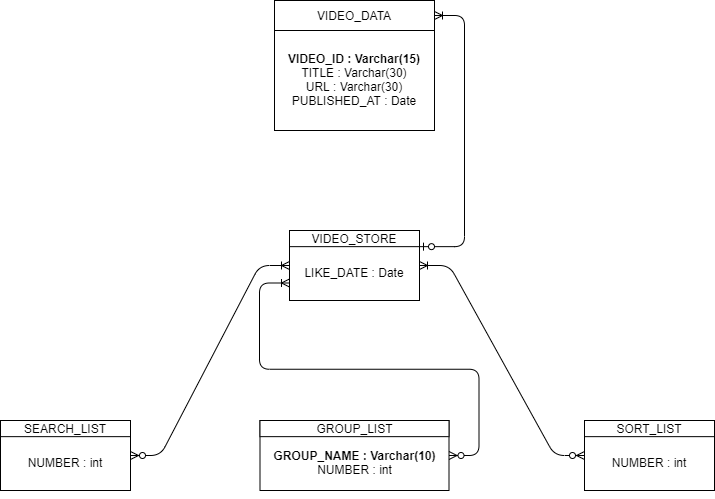
The draw.io diagram ER.png in korkeep/MyTube, before a commit. Source tidied: cells renumbered, new cells last; positions are measured from the earlier drawing's top-left corner, leaving out a move shared by most shapes.
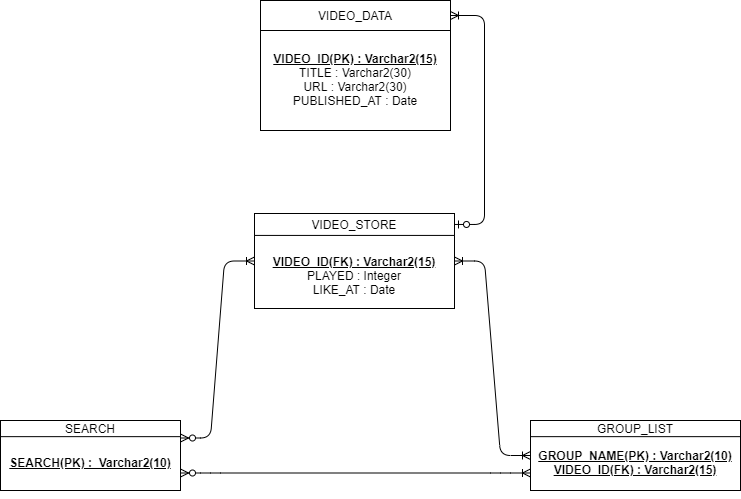
After the change.

Diff of the diagram source:
```diff
@@ -3,90 +3,75 @@
     <mxCell id="0" />
     <mxCell id="1" parent="0" />
     <mxCell id="2" style="group;" parent="1" vertex="1">
-      <mxGeometry x="274" width="160" height="130" as="geometry" />
+      <mxGeometry x="263" width="190" height="130" as="geometry" />
     </mxCell>
-    <mxCell id="3" value="&lt;br&gt;&lt;br&gt;&lt;b&gt;VIDEO_ID : Varchar(15)&lt;/b&gt;&lt;br&gt;TITLE : Varchar(30)&lt;br&gt;URL : Varchar(30)&lt;br&gt;PUBLISHED_AT : Date" style="rounded=0;whiteSpace=wrap;html=1;" parent="2" vertex="1">
-      <mxGeometry width="160" height="130" as="geometry" />
+    <mxCell id="3" value="&lt;br&gt;&lt;br&gt;&lt;u&gt;&lt;b&gt;VIDEO_ID(PK) : Varchar2(15)&lt;/b&gt;&lt;br&gt;&lt;/u&gt;TITLE : Varchar2(30)&lt;br&gt;URL : Varchar2(30)&lt;br&gt;PUBLISHED_AT : Date" style="rounded=0;whiteSpace=wrap;html=1;" parent="2" vertex="1">
+      <mxGeometry width="190" height="130" as="geometry" />
     </mxCell>
     <mxCell id="4" style="edgeStyle=orthogonalEdgeStyle;rounded=0;orthogonalLoop=1;jettySize=auto;html=1;exitX=0.5;exitY=1;exitDx=0;exitDy=0;" parent="2" edge="1" source="3" target="3">
       <mxGeometry relative="1" as="geometry" />
     </mxCell>
     <mxCell id="5" value="VIDEO_DATA" style="rounded=0;whiteSpace=wrap;html=1;" parent="2" vertex="1">
-      <mxGeometry width="160" height="30" as="geometry" />
+      <mxGeometry width="190" height="30" as="geometry" />
     </mxCell>
     <mxCell id="6" style="edgeStyle=orthogonalEdgeStyle;rounded=0;orthogonalLoop=1;jettySize=auto;html=1;exitX=0.5;exitY=1;exitDx=0;exitDy=0;" parent="2" edge="1" source="3" target="3">
       <mxGeometry relative="1" as="geometry" />
     </mxCell>
     <mxCell id="7" style="group;" parent="1" vertex="1">
-      <mxGeometry x="289" y="230" width="130" height="70" as="geometry" />
+      <mxGeometry x="257" y="213" width="200" height="95" as="geometry" />
     </mxCell>
-    <mxCell id="8" value="&lt;br&gt;LIKE_DATE : Date" style="rounded=0;whiteSpace=wrap;html=1;" parent="7" vertex="1">
-      <mxGeometry width="130" height="70" as="geometry" />
+    <mxCell id="8" value="&lt;br&gt;&lt;br&gt;&lt;b&gt;&lt;u&gt;VIDEO_ID(FK) : Varchar2(15)&lt;/u&gt;&lt;/b&gt;&lt;br&gt;PLAYED : Integer&lt;br&gt;LIKE_AT : Date" style="rounded=0;whiteSpace=wrap;html=1;" parent="7" vertex="1">
+      <mxGeometry width="200" height="95" as="geometry" />
     </mxCell>
     <mxCell id="9" style="edgeStyle=orthogonalEdgeStyle;rounded=0;orthogonalLoop=1;jettySize=auto;html=1;exitX=0.5;exitY=1;exitDx=0;exitDy=0;" parent="7" edge="1" source="8" target="8">
       <mxGeometry relative="1" as="geometry" />
     </mxCell>
+    <mxCell id="11" style="edgeStyle=orthogonalEdgeStyle;rounded=0;orthogonalLoop=1;jettySize=auto;html=1;exitX=0.5;exitY=1;exitDx=0;exitDy=0;" parent="7" edge="1" source="8" target="8">
+      <mxGeometry relative="1" as="geometry" />
+    </mxCell>
     <mxCell id="10" value="VIDEO_STORE" style="rounded=0;whiteSpace=wrap;html=1;" parent="7" vertex="1">
-      <mxGeometry width="130" height="16.2" as="geometry" />
+      <mxGeometry width="200" height="21.9" as="geometry" />
     </mxCell>
-    <mxCell id="11" style="edgeStyle=orthogonalEdgeStyle;rounded=0;orthogonalLoop=1;jettySize=auto;html=1;exitX=0.5;exitY=1;exitDx=0;exitDy=0;" parent="7" edge="1" source="8" target="8">
-      <mxGeometry relative="1" as="geometry" />
-    </mxCell>
     <mxCell id="12" style="group;" parent="1" vertex="1">
-      <mxGeometry x="259.5" y="420" width="189" height="70" as="geometry" />
+      <mxGeometry x="533" y="420" width="210" height="70" as="geometry" />
     </mxCell>
-    <mxCell id="13" value="&lt;br&gt;&lt;b&gt;GROUP_NAME : Varchar(10)&lt;/b&gt;&lt;br&gt;NUMBER : int" style="rounded=0;whiteSpace=wrap;html=1;" parent="12" vertex="1">
-      <mxGeometry width="189" height="70" as="geometry" />
+    <mxCell id="13" value="&lt;br&gt;&lt;u&gt;&lt;b&gt;GROUP_NAME(PK) : Varchar2(10)&lt;br&gt;&lt;/b&gt;&lt;/u&gt;&lt;u style=&quot;font-weight: bold&quot;&gt;VIDEO_ID(FK) : Varchar2(15)&lt;/u&gt;" style="rounded=0;whiteSpace=wrap;html=1;" parent="12" vertex="1">
+      <mxGeometry width="210" height="70" as="geometry" />
     </mxCell>
     <mxCell id="14" style="edgeStyle=orthogonalEdgeStyle;rounded=0;orthogonalLoop=1;jettySize=auto;html=1;exitX=0.5;exitY=1;exitDx=0;exitDy=0;" parent="12" edge="1" source="13" target="13">
       <mxGeometry relative="1" as="geometry" />
     </mxCell>
     <mxCell id="15" value="GROUP_LIST" style="rounded=0;whiteSpace=wrap;html=1;" parent="12" vertex="1">
-      <mxGeometry width="189" height="16.1" as="geometry" />
+      <mxGeometry width="210" height="16.1" as="geometry" />
     </mxCell>
     <mxCell id="16" style="edgeStyle=orthogonalEdgeStyle;rounded=0;orthogonalLoop=1;jettySize=auto;html=1;exitX=0.5;exitY=1;exitDx=0;exitDy=0;" parent="12" edge="1" source="13" target="13">
       <mxGeometry relative="1" as="geometry" />
     </mxCell>
-    <mxCell id="17" style="group;" parent="1" vertex="1">
-      <mxGeometry x="584" y="420" width="130" height="70" as="geometry" />
-    </mxCell>
-    <mxCell id="18" value="&lt;br&gt;NUMBER : int" style="rounded=0;whiteSpace=wrap;html=1;" parent="17" vertex="1">
-      <mxGeometry width="130" height="70" as="geometry" />
-    </mxCell>
-    <mxCell id="19" style="edgeStyle=orthogonalEdgeStyle;rounded=0;orthogonalLoop=1;jettySize=auto;html=1;exitX=0.5;exitY=1;exitDx=0;exitDy=0;" parent="17" edge="1" source="18" target="18">
-      <mxGeometry relative="1" as="geometry" />
-    </mxCell>
-    <mxCell id="20" value="SORT_LIST" style="rounded=0;whiteSpace=wrap;html=1;" parent="17" vertex="1">
-      <mxGeometry width="130" height="16.2" as="geometry" />
-    </mxCell>
-    <mxCell id="21" style="edgeStyle=orthogonalEdgeStyle;rounded=0;orthogonalLoop=1;jettySize=auto;html=1;exitX=0.5;exitY=1;exitDx=0;exitDy=0;" parent="17" edge="1" source="18" target="18">
-      <mxGeometry relative="1" as="geometry" />
-    </mxCell>
     <mxCell id="22" style="group;" parent="1" vertex="1">
-      <mxGeometry y="420" width="130" height="70" as="geometry" />
+      <mxGeometry x="3" y="420" width="180" height="70" as="geometry" />
     </mxCell>
-    <mxCell id="23" value="&lt;br&gt;NUMBER : int" style="rounded=0;whiteSpace=wrap;html=1;" parent="22" vertex="1">
-      <mxGeometry width="130" height="70" as="geometry" />
+    <mxCell id="23" value="&lt;b&gt;&lt;br&gt;&lt;u&gt;SEARCH(PK) :&amp;nbsp; Varchar2(10)&lt;/u&gt;&lt;/b&gt;" style="rounded=0;whiteSpace=wrap;html=1;" parent="22" vertex="1">
+      <mxGeometry width="180" height="70" as="geometry" />
     </mxCell>
     <mxCell id="24" style="edgeStyle=orthogonalEdgeStyle;rounded=0;orthogonalLoop=1;jettySize=auto;html=1;exitX=0.5;exitY=1;exitDx=0;exitDy=0;" parent="22" edge="1" source="23" target="23">
       <mxGeometry relative="1" as="geometry" />
     </mxCell>
-    <mxCell id="25" value="SEARCH_LIST" style="rounded=0;whiteSpace=wrap;html=1;" parent="22" vertex="1">
-      <mxGeometry width="130" height="16.2" as="geometry" />
+    <mxCell id="25" value="SEARCH" style="rounded=0;whiteSpace=wrap;html=1;" parent="22" vertex="1">
+      <mxGeometry width="180" height="16.1" as="geometry" />
     </mxCell>
     <mxCell id="26" style="edgeStyle=orthogonalEdgeStyle;rounded=0;orthogonalLoop=1;jettySize=auto;html=1;exitX=0.5;exitY=1;exitDx=0;exitDy=0;" parent="22" edge="1" source="23" target="23">
       <mxGeometry relative="1" as="geometry" />
     </mxCell>
-    <mxCell id="27" style="edgeStyle=entityRelationEdgeStyle;fontSize=12;html=1;endArrow=ERoneToMany;startArrow=ERzeroToOne;exitX=1;exitY=1;exitDx=0;exitDy=0;" parent="1" edge="1" source="10" target="5">
+    <mxCell id="27" style="edgeStyle=entityRelationEdgeStyle;fontSize=12;html=1;endArrow=ERoneToMany;startArrow=ERzeroToOne;" parent="1" edge="1" source="10" target="5">
       <mxGeometry relative="1" as="geometry" />
     </mxCell>
-    <mxCell id="28" style="edgeStyle=entityRelationEdgeStyle;fontSize=12;html=1;endArrow=ERoneToMany;startArrow=ERzeroToMany;exitX=1;exitY=0.5;exitDx=0;exitDy=0;" parent="1" edge="1" source="23" target="8">
+    <mxCell id="28" style="edgeStyle=entityRelationEdgeStyle;fontSize=12;html=1;endArrow=ERoneToMany;startArrow=ERzeroToMany;exitX=1;exitY=0.25;exitDx=0;exitDy=0;" parent="1" edge="1" source="23" target="8">
       <mxGeometry relative="1" as="geometry" />
     </mxCell>
-    <mxCell id="29" style="edgeStyle=entityRelationEdgeStyle;fontSize=12;html=1;endArrow=ERoneToMany;startArrow=ERzeroToMany;" parent="1" edge="1" source="18" target="8">
-      <mxGeometry relative="1" as="geometry" />
-    </mxCell>
+    <mxCell id="31" style="edgeStyle=entityRelationEdgeStyle;fontSize=12;html=1;endArrow=ERoneToMany;startArrow=ERzeroToMany;exitX=1;exitY=0.75;exitDx=0;exitDy=0;entryX=0;entryY=0.75;entryDx=0;entryDy=0;" parent="1" edge="1" source="23" target="13">
+      <mxGeometry relative="1" as="geometry" />
+    </mxCell>
-    <mxCell id="30" style="edgeStyle=entityRelationEdgeStyle;fontSize=12;html=1;endArrow=ERoneToMany;startArrow=ERzeroToMany;entryX=0;entryY=0.75;entryDx=0;entryDy=0;" parent="1" edge="1" source="13" target="8">
+    <mxCell id="30" style="edgeStyle=entityRelationEdgeStyle;fontSize=12;html=1;endArrow=ERoneToMany;startArrow=ERoneToMany;" parent="1" edge="1" source="13" target="8">
       <mxGeometry relative="1" as="geometry" />
     </mxCell>
   </root>
```
